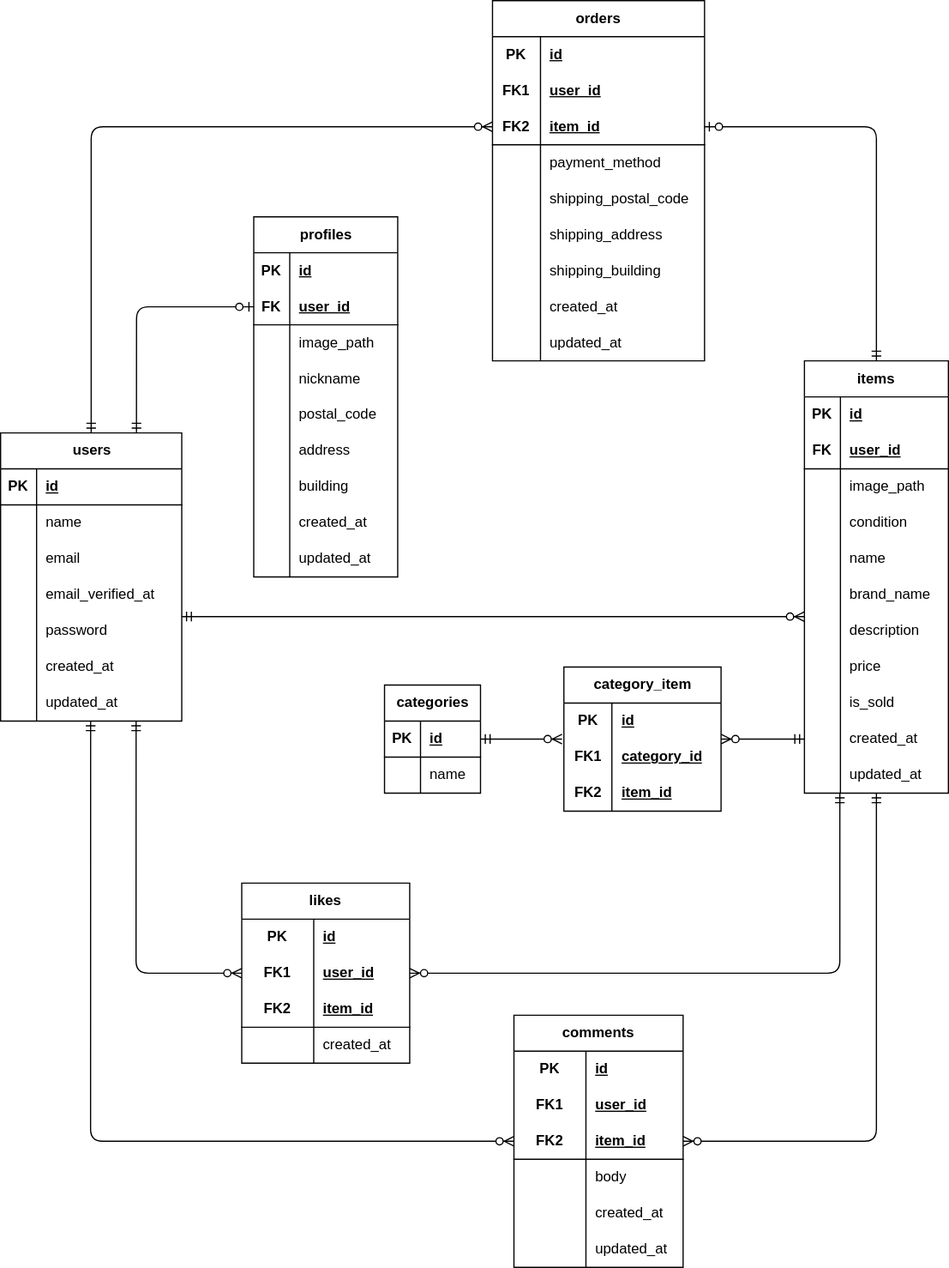
The draw.io diagram database-design.drawio.svg in sangwon-lee302/flea-market, before a commit. Source tidied: cells renumbered, new cells last; positions are measured from the earlier drawing's top-left corner, leaving out a move shared by most shapes.
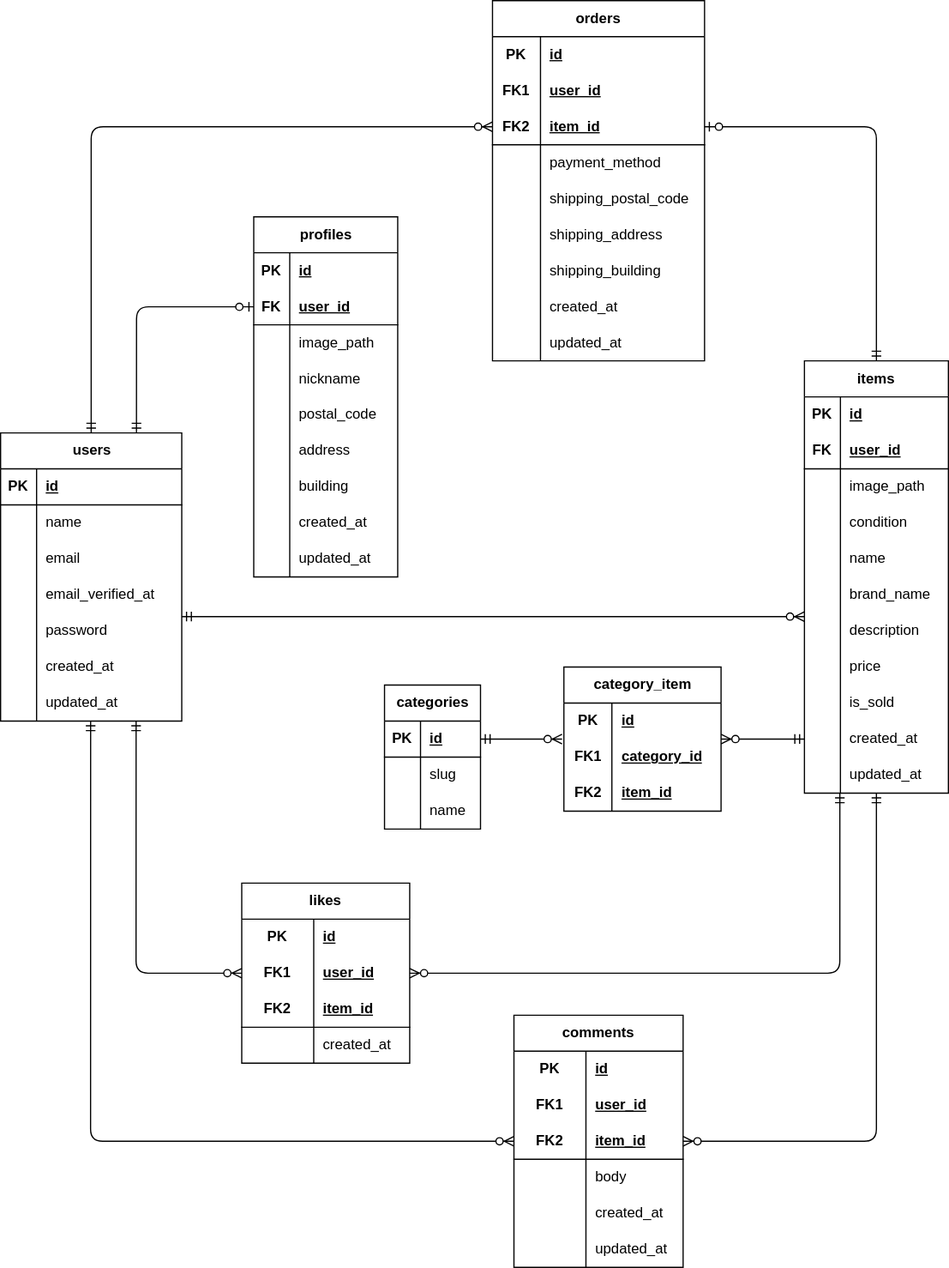
Later version of the same file.

What changed in the source:
```diff
@@ -69,7 +69,7 @@
       <mxGeometry x="30" width="121" height="30" as="geometry" />
     </mxCell>
     <mxCell id="24" value="categories" style="shape=table;startSize=30;rowLines=0;fontStyle=1;align=center;html=1;" parent="1" vertex="1">
-      <mxGeometry x="320" y="570" width="80" height="90" as="geometry" />
+      <mxGeometry x="320" y="570" width="80" height="120" as="geometry" />
     </mxCell>
     <mxCell id="25" style="shape=tableRow;horizontal=0;startSize=0;swimlaneHead=0;swimlaneBody=0;fillColor=none;points=[[0,0.5],[1,0.5]];portConstraint=eastwest;top=0;left=0;right=0;bottom=1;" parent="24" vertex="1">
       <mxGeometry y="30" width="80" height="30" as="geometry" />
@@ -80,8 +80,17 @@
     <mxCell id="27" value="id" style="shape=partialRectangle;fillColor=none;top=0;left=0;bottom=0;right=0;align=left;spacingLeft=6;fontStyle=5;overflow=hidden;whiteSpace=wrap;html=1;" parent="25" vertex="1">
       <mxGeometry x="30" width="50" height="30" as="geometry" />
     </mxCell>
+    <mxCell id="173" style="shape=tableRow;horizontal=0;startSize=0;swimlaneHead=0;swimlaneBody=0;fillColor=none;top=0;left=0;right=0;bottom=0;" parent="24" vertex="1">
+      <mxGeometry y="60" width="80" height="30" as="geometry" />
+    </mxCell>
+    <mxCell id="174" style="shape=partialRectangle;fillColor=none;top=0;left=0;bottom=0;right=0;overflow=hidden;whiteSpace=wrap;html=1;" parent="173" vertex="1">
+      <mxGeometry width="30" height="30" as="geometry" />
+    </mxCell>
+    <mxCell id="175" value="slug" style="shape=partialRectangle;fillColor=none;top=0;left=0;bottom=0;right=0;align=left;spacingLeft=6;overflow=hidden;whiteSpace=wrap;html=1;" parent="173" vertex="1">
+      <mxGeometry x="30" width="50" height="30" as="geometry" />
+    </mxCell>
     <mxCell id="28" style="shape=tableRow;horizontal=0;startSize=0;swimlaneHead=0;swimlaneBody=0;fillColor=none;top=0;left=0;right=0;bottom=0;" parent="24" vertex="1">
-      <mxGeometry y="60" width="80" height="30" as="geometry" />
+      <mxGeometry y="90" width="80" height="30" as="geometry" />
     </mxCell>
     <mxCell id="29" style="shape=partialRectangle;fillColor=none;top=0;left=0;bottom=0;right=0;overflow=hidden;whiteSpace=wrap;html=1;" parent="28" vertex="1">
       <mxGeometry width="30" height="30" as="geometry" />
```
